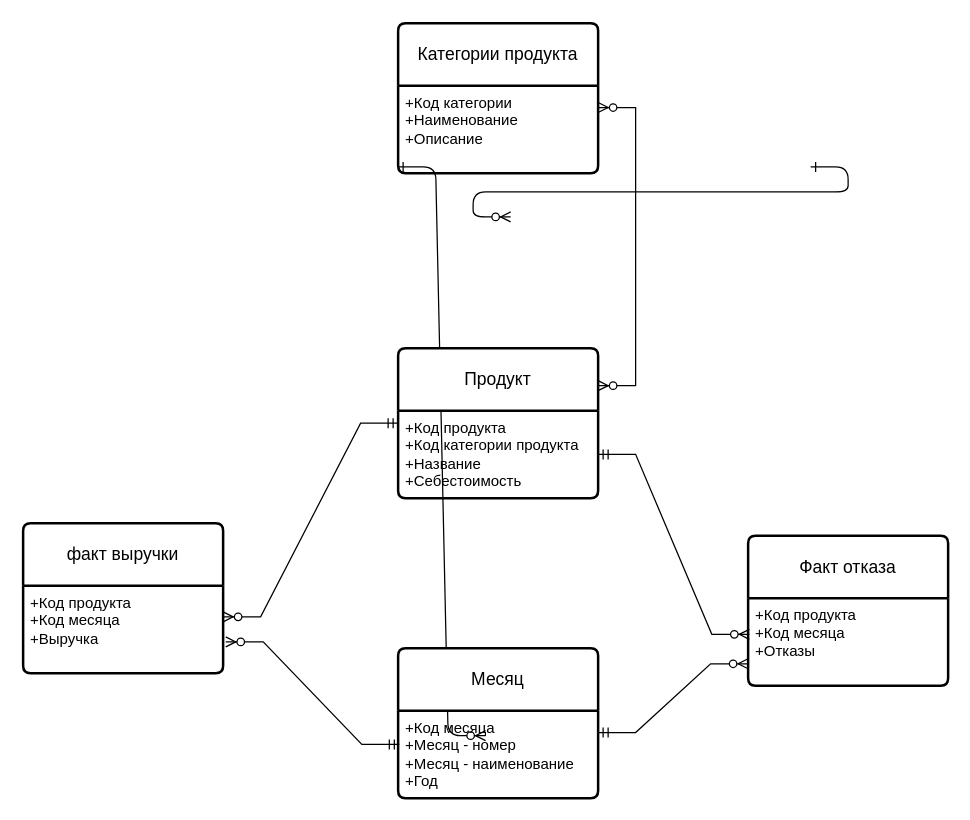
Above: components/Data mart layer.drawio in vgnevyshev/dwh (draw.io), before the change. Source tidied: cells renumbered, new cells numbered last; positions are measured from the earlier drawing's top-left corner, leaving out a move shared by most shapes. Both pictures are drawn from the tidied source at 125%, with x=0, y=0 at pixel (22, 22).
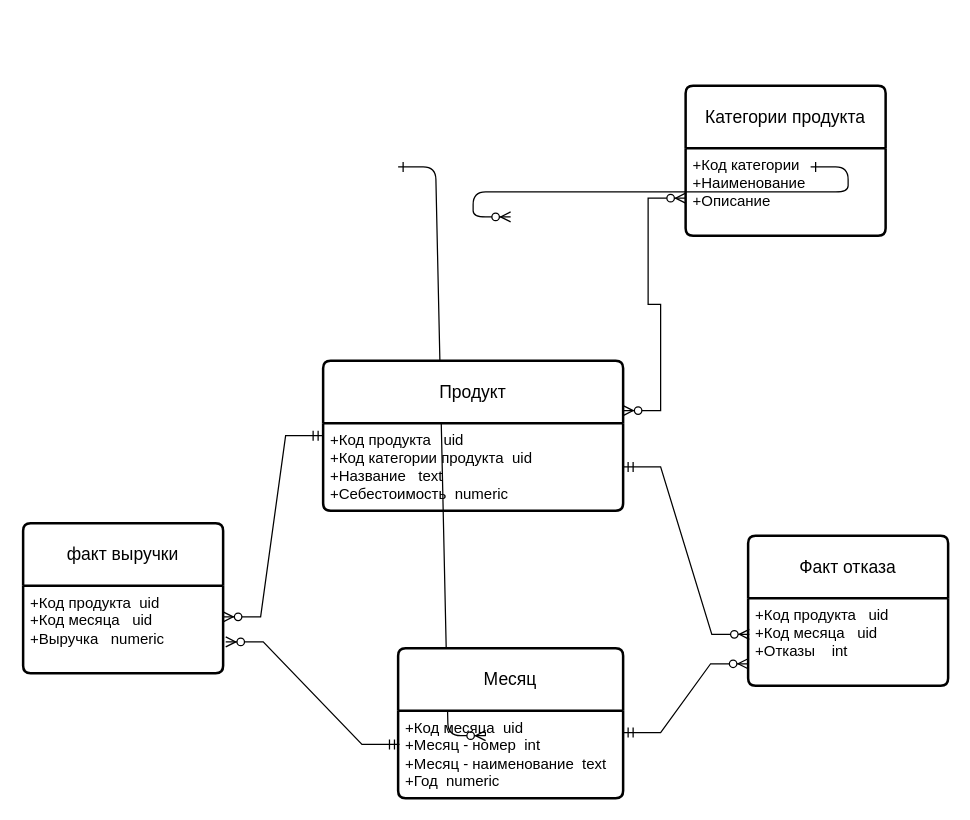
After the change.

Commit message:
Добавлены типы

Unchanged cells that the change refers to:
```xml
<mxCell id="4" value="факт выручки" style="swimlane;horizontal=1;startSize=50;rounded=1;fontSize=14;fontStyle=0;strokeWidth=2;shadow=0;dashed=0;align=center;arcSize=4;whiteSpace=wrap;html=1;" parent="1" vertex="1">
  <mxGeometry y="400" width="160" height="120" as="geometry" />
</mxCell>
<mxCell id="6" value="Факт отказа" style="swimlane;horizontal=1;startSize=50;rounded=1;fontSize=14;fontStyle=0;strokeWidth=2;shadow=0;dashed=0;align=center;arcSize=4;whiteSpace=wrap;html=1;" parent="1" vertex="1">
  <mxGeometry x="580" y="410" width="160" height="120" as="geometry" />
</mxCell>
<mxCell id="13" value="+Код категории&lt;br&gt;+Наименование&lt;br&gt;+Описание" style="align=left;strokeColor=none;fillColor=none;spacingLeft=4;fontSize=12;verticalAlign=top;html=1;" parent="12" vertex="1">
  <mxGeometry y="50" width="160" height="70" as="geometry" />
</mxCell>
```

The edit, as a diff of the source:
```diff
@@
-    <mxCell id="5" value="+Код продукта&lt;br&gt;+Код месяца&lt;br&gt;+Выручка" style="align=left;strokeColor=none;fillColor=none;spacingLeft=4;fontSize=12;verticalAlign=top;html=1;" parent="4" vertex="1">
+    <mxCell id="5" value="+Код продукта&amp;nbsp; uid&lt;br&gt;+Код месяца&amp;nbsp; &amp;nbsp;uid&lt;br&gt;+Выручка&amp;nbsp; &amp;nbsp;numeric" style="align=left;strokeColor=none;fillColor=none;spacingLeft=4;fontSize=12;verticalAlign=top;html=1;" parent="4" vertex="1">
       <mxGeometry y="50" width="160" height="70" as="geometry" />
     </mxCell>
@@
-    <mxCell id="7" value="+Код продукта&lt;br&gt;+Код месяца&lt;br&gt;+Отказы" style="align=left;strokeColor=none;fillColor=none;spacingLeft=4;fontSize=12;verticalAlign=top;html=1;" parent="6" vertex="1">
+    <mxCell id="7" value="+Код продукта&amp;nbsp; &amp;nbsp;uid&lt;br&gt;+Код месяца&amp;nbsp; &amp;nbsp;uid&lt;br&gt;+Отказы&amp;nbsp; &amp;nbsp; int" style="align=left;strokeColor=none;fillColor=none;spacingLeft=4;fontSize=12;verticalAlign=top;html=1;" parent="6" vertex="1">
       <mxGeometry y="50" width="160" height="70" as="geometry" />
     </mxCell>
     <mxCell id="8" value="Продукт" style="swimlane;horizontal=1;startSize=50;rounded=1;fontSize=14;fontStyle=0;strokeWidth=2;shadow=0;dashed=0;align=center;arcSize=4;whiteSpace=wrap;html=1;" parent="1" vertex="1">
-      <mxGeometry x="300" y="260" width="160" height="120" as="geometry" />
+      <mxGeometry x="240" y="270" width="240" height="120" as="geometry" />
     </mxCell>
-    <mxCell id="9" value="+Код продукта&lt;br&gt;+Код категории продукта&lt;br&gt;+Название&lt;br&gt;+Себестоимость" style="align=left;strokeColor=none;fillColor=none;spacingLeft=4;fontSize=12;verticalAlign=top;html=1;" parent="8" vertex="1">
-      <mxGeometry y="50" width="160" height="70" as="geometry" />
+    <mxCell id="9" value="+Код продукта&amp;nbsp; &amp;nbsp;uid&lt;br&gt;+Код категории продукта&amp;nbsp; uid&lt;br&gt;+Название&amp;nbsp; &amp;nbsp;text&lt;br&gt;+Себестоимость&amp;nbsp; numeric" style="align=left;strokeColor=none;fillColor=none;spacingLeft=4;fontSize=12;verticalAlign=top;html=1;" parent="8" vertex="1">
+      <mxGeometry y="50" width="240" height="70" as="geometry" />
     </mxCell>
     <mxCell id="10" value="Месяц" style="swimlane;horizontal=1;startSize=50;rounded=1;fontSize=14;fontStyle=0;strokeWidth=2;shadow=0;dashed=0;align=center;arcSize=4;whiteSpace=wrap;html=1;" parent="1" vertex="1">
-      <mxGeometry x="300" y="500" width="160" height="120" as="geometry" />
+      <mxGeometry x="300" y="500" width="180" height="120" as="geometry" />
     </mxCell>
-    <mxCell id="11" value="+Код месяца&lt;br&gt;+Месяц - номер&lt;br&gt;+Месяц - наименование&lt;br&gt;+Год" style="align=left;strokeColor=none;fillColor=none;spacingLeft=4;fontSize=12;verticalAlign=top;html=1;" parent="10" vertex="1">
-      <mxGeometry y="50" width="160" height="70" as="geometry" />
+    <mxCell id="11" value="+Код месяца&amp;nbsp; uid&lt;br&gt;+Месяц - номер&amp;nbsp; int&lt;br&gt;+Месяц - наименование&amp;nbsp; text&lt;br&gt;+Год&amp;nbsp; numeric" style="align=left;strokeColor=none;fillColor=none;spacingLeft=4;fontSize=12;verticalAlign=top;html=1;" parent="10" vertex="1">
+      <mxGeometry y="50" width="180" height="70" as="geometry" />
     </mxCell>
     <mxCell id="12" value="Категории продукта" style="swimlane;horizontal=1;startSize=50;rounded=1;fontSize=14;fontStyle=0;strokeWidth=2;shadow=0;dashed=0;align=center;arcSize=4;whiteSpace=wrap;html=1;" parent="1" vertex="1">
-      <mxGeometry x="300" width="160" height="120" as="geometry" />
+      <mxGeometry x="530" y="50" width="160" height="120" as="geometry" />
     </mxCell>
@@
-    <mxCell id="14" style="edgeStyle=entityRelationEdgeStyle;fontSize=12;html=1;endArrow=ERzeroToMany;endFill=1;startArrow=ERzeroToMany;rounded=0;exitX=1;exitY=0.25;exitDx=0;exitDy=0;entryX=1;entryY=0.25;entryDx=0;entryDy=0;" parent="1" edge="1" source="8" target="13">
-      <mxGeometry relative="1" as="geometry" />
-    </mxCell>
@@
+    <mxCell id="19" style="edgeStyle=entityRelationEdgeStyle;fontSize=12;html=1;endArrow=ERzeroToMany;endFill=1;startArrow=ERzeroToMany;rounded=0;entryX=0;entryY=0.75;entryDx=0;entryDy=0;exitX=1;exitY=0.333;exitDx=0;exitDy=0;exitPerimeter=0;" parent="1" edge="1" source="8" target="12">
+      <mxGeometry relative="1" as="geometry" />
+    </mxCell>
```
